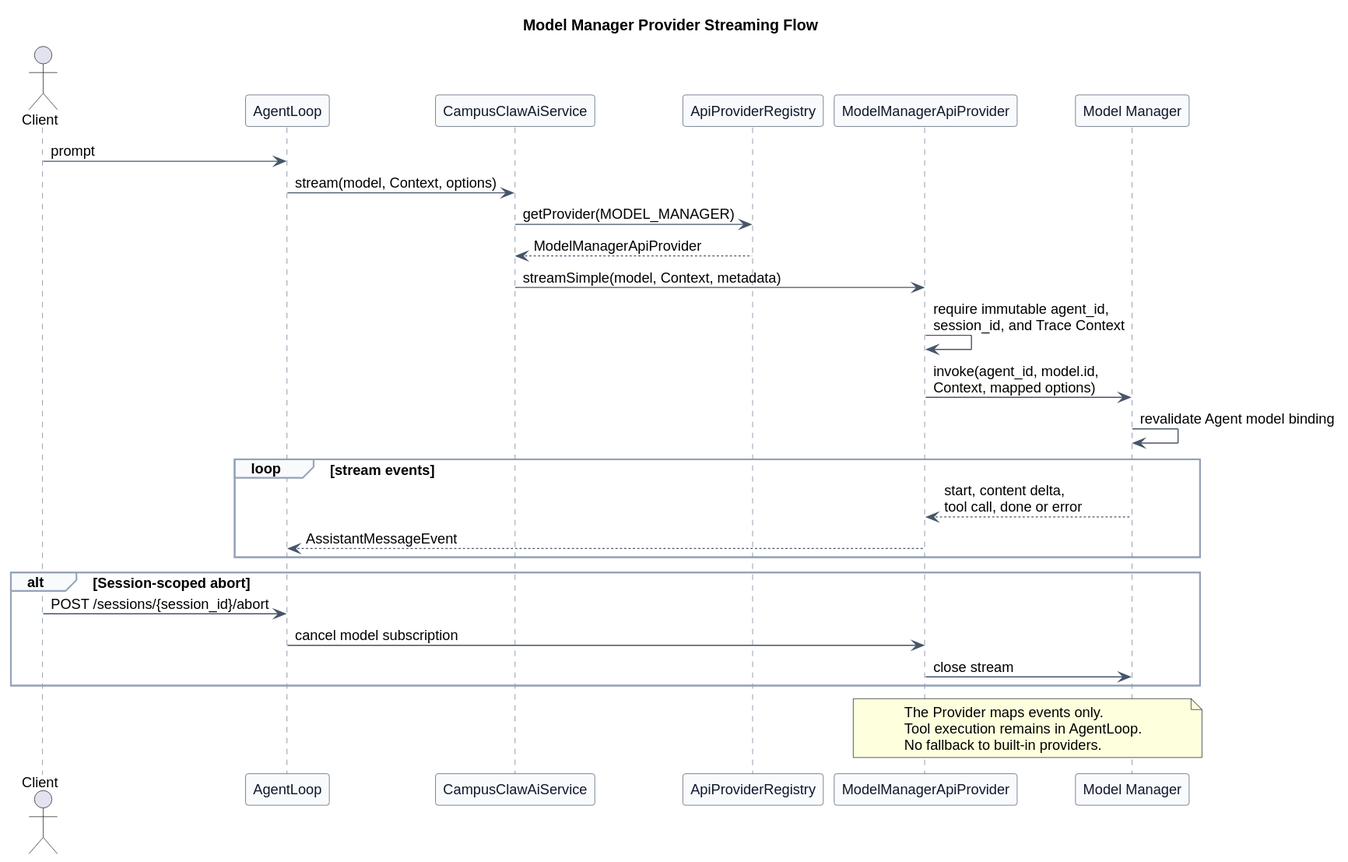
Before: pi-mono-java-manager-driven-multi-agent-runtime/diagrams/model-manager/model_manager_streaming_flow.svg, a diagram exported from PlantUML (ssm0808/pi-mono-java-design). The source it was exported from:
```plantuml
@startuml
title Model Manager Provider Streaming Flow


skinparam backgroundColor #FFFFFF
skinparam shadowing false
skinparam defaultFontName Arial
skinparam defaultFontSize 13
skinparam participant {
  BackgroundColor #F8FAFC
  BorderColor #475569
  FontColor #0F172A
}
skinparam ArrowColor #475569
skinparam sequence {
  LifeLineBorderColor #64748B
  LifeLineBackgroundColor #F8FAFC
  GroupBorderColor #94A3B8
  GroupBackgroundColor #F8FAFC
}

actor Client
participant "AgentLoop" as Loop
participant "CampusClawAiService" as AiService
participant "ApiProviderRegistry" as Registry
participant "ModelManagerApiProvider" as Provider
participant "Model Manager" as ModelManager

Client -> Loop : prompt
Loop -> AiService : stream(model, Context, options)
AiService -> Registry : getProvider(MODEL_MANAGER)
Registry --> AiService : ModelManagerApiProvider
AiService -> Provider : streamSimple(model, Context, metadata)
Provider -> Provider : require immutable agent_id,\nsession_id, and Trace Context
Provider -> ModelManager : invoke(agent_id, model.id,\nContext, mapped options)
ModelManager -> ModelManager : revalidate Agent model binding

loop stream events
  ModelManager --> Provider : start, content delta,\ntool call, done or error
  Provider --> Loop : AssistantMessageEvent
end

alt Session-scoped abort
  Client -> Loop : POST /sessions/{session_id}/abort
  Loop -> Provider : cancel model subscription
  Provider -> ModelManager : close stream
end

note over Provider,ModelManager
The Provider maps events only.
Tool execution remains in AgentLoop.
No fallback to built-in providers.
end note
@enduml
```
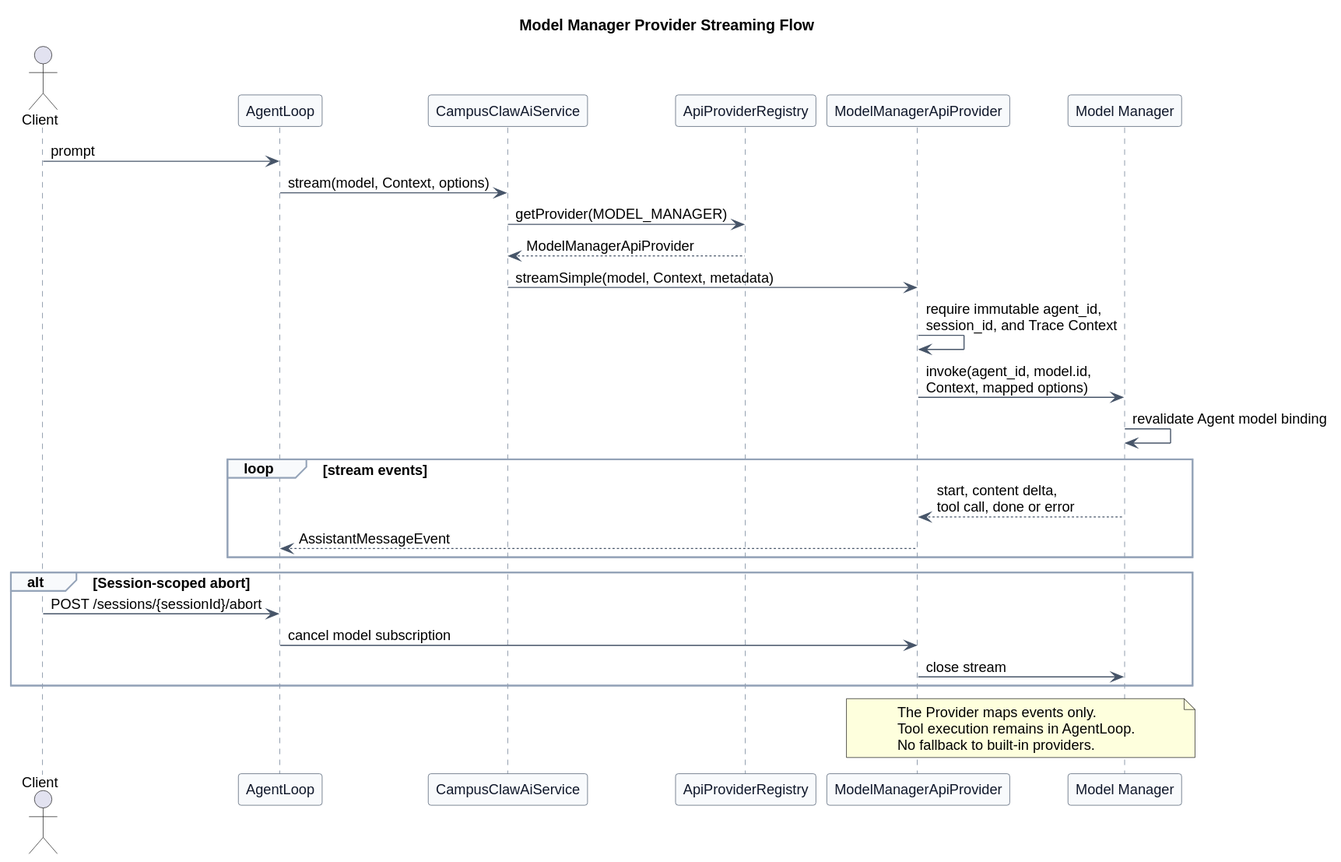
Above is the later version.

Change to the diagram source:
```diff
@@ -41,7 +41,7 @@
 end
 
 alt Session-scoped abort
-  Client -> Loop : POST /sessions/{session_id}/abort
+  Client -> Loop : POST /sessions/{sessionId}/abort
   Loop -> Provider : cancel model subscription
   Provider -> ModelManager : close stream
 end
```
